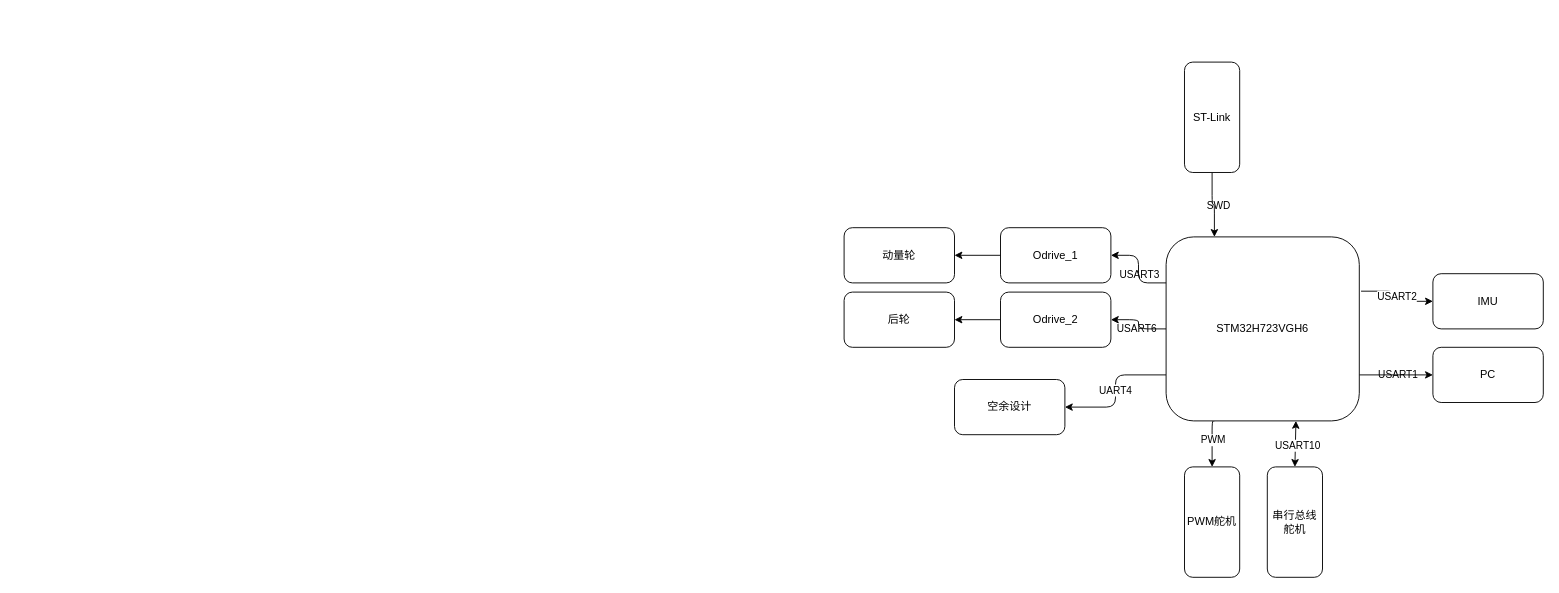
Earlier version of the draw.io diagram Control_Unit/Hardware/设计框图/控制单元架构.drawio (Ashington258/EquiCycle). Source tidied: cells renumbered, new cells numbered last; positions are measured from the earlier drawing's top-left corner, leaving out a move shared by most shapes. Both pictures are drawn from the tidied source at 92%, with x=0, y=0 at pixel (844, 62).
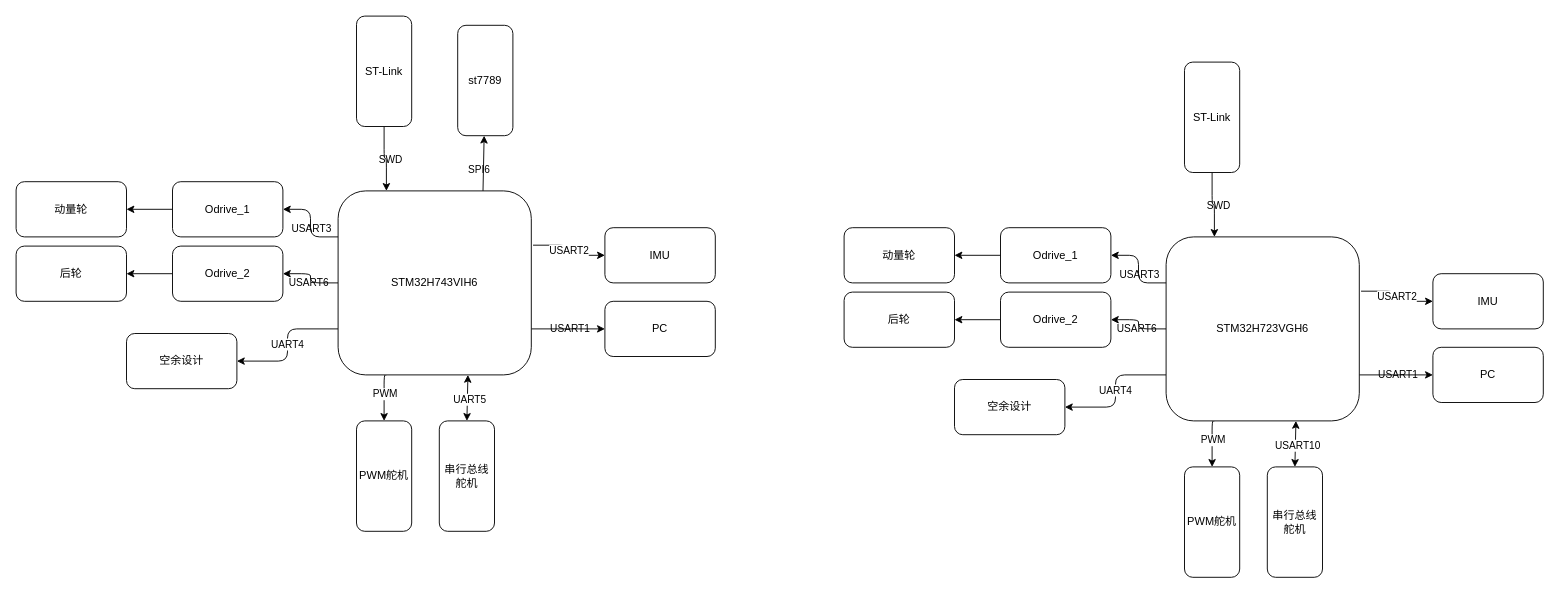
The same page after the edit.

The edit, as a diff of the source:
```diff
@@
+    <mxCell id="31" style="edgeStyle=orthogonalEdgeStyle;rounded=1;jettySize=auto;html=1;exitX=1;exitY=0.75;exitDx=0;exitDy=0;entryX=0;entryY=0.5;entryDx=0;entryDy=0;labelBackgroundColor=none;fontColor=default;" parent="1" edge="1" source="40" target="45">
+      <mxGeometry relative="1" as="geometry" />
+    </mxCell>
+    <mxCell id="32" value="USART1" style="edgeLabel;html=1;align=center;verticalAlign=middle;rounded=1;labelBackgroundColor=none;" parent="31" vertex="1">
+      <mxGeometry x="0.03" y="1" relative="1" as="geometry" />
+    </mxCell>
+    <mxCell id="33" style="edgeStyle=orthogonalEdgeStyle;rounded=1;jettySize=auto;html=1;entryX=1;entryY=0.5;entryDx=0;entryDy=0;labelBackgroundColor=none;fontColor=default;" parent="1" edge="1" source="40" target="44">
+      <mxGeometry relative="1" as="geometry" />
+    </mxCell>
+    <mxCell id="34" value="USART6" style="edgeLabel;html=1;align=center;verticalAlign=middle;rounded=1;labelBackgroundColor=none;" parent="33" vertex="1">
+      <mxGeometry x="-0.12" y="3" relative="1" as="geometry" />
+    </mxCell>
+    <mxCell id="35" style="edgeStyle=orthogonalEdgeStyle;rounded=1;jettySize=auto;html=1;exitX=0.25;exitY=1;exitDx=0;exitDy=0;curved=0;" parent="1" edge="1" source="40" target="59">
+      <mxGeometry relative="1" as="geometry">
+        <Array as="points">
+          <mxPoint x="-500" y="340" />
+        </Array>
+      </mxGeometry>
+    </mxCell>
+    <mxCell id="36" value="PWM" style="edgeLabel;html=1;align=center;verticalAlign=middle;rounded=1;" parent="35" vertex="1">
+      <mxGeometry x="-0.12" relative="1" as="geometry" />
+    </mxCell>
+    <mxCell id="37" style="edgeStyle=orthogonalEdgeStyle;rounded=1;jettySize=auto;html=1;exitX=0;exitY=0.75;exitDx=0;exitDy=0;" parent="1" edge="1" source="40" target="60">
+      <mxGeometry relative="1" as="geometry" />
+    </mxCell>
+    <mxCell id="38" value="UART4" style="edgeLabel;html=1;align=center;verticalAlign=middle;rounded=1;" parent="37" vertex="1">
+      <mxGeometry x="-0.02" y="-1" relative="1" as="geometry" />
+    </mxCell>
+    <mxCell id="39" style="edgeStyle=none;html=1;exitX=0.75;exitY=0;exitDx=0;exitDy=0;" parent="1" edge="1" source="40" target="61">
+      <mxGeometry relative="1" as="geometry" />
+    </mxCell>
+    <mxCell id="40" value="STM32H743VIH6" style="rounded=1;whiteSpace=wrap;html=1;labelBackgroundColor=none;" parent="1" vertex="1">
+      <mxGeometry x="-550" y="140" width="210" height="200" as="geometry" />
+    </mxCell>
+    <mxCell id="41" style="edgeStyle=orthogonalEdgeStyle;rounded=1;jettySize=auto;html=1;labelBackgroundColor=none;fontColor=default;" parent="1" edge="1" source="42" target="52">
+      <mxGeometry relative="1" as="geometry" />
+    </mxCell>
+    <mxCell id="42" value="Odrive_1" style="rounded=1;whiteSpace=wrap;html=1;labelBackgroundColor=none;" parent="1" vertex="1">
+      <mxGeometry x="-730" y="130" width="120" height="60" as="geometry" />
+    </mxCell>
+    <mxCell id="43" style="edgeStyle=orthogonalEdgeStyle;rounded=1;jettySize=auto;html=1;labelBackgroundColor=none;fontColor=default;" parent="1" edge="1" source="44" target="53">
+      <mxGeometry relative="1" as="geometry" />
+    </mxCell>
+    <mxCell id="44" value="Odrive_2" style="rounded=1;whiteSpace=wrap;html=1;labelBackgroundColor=none;" parent="1" vertex="1">
+      <mxGeometry x="-730" y="200" width="120" height="60" as="geometry" />
+    </mxCell>
+    <mxCell id="45" value="PC" style="rounded=1;whiteSpace=wrap;html=1;labelBackgroundColor=none;" parent="1" vertex="1">
+      <mxGeometry x="-260" y="260" width="120" height="60" as="geometry" />
+    </mxCell>
+    <mxCell id="46" value="串行总线舵机" style="rounded=1;whiteSpace=wrap;html=1;direction=south;labelBackgroundColor=none;" parent="1" vertex="1">
+      <mxGeometry x="-440" y="390" width="60" height="120" as="geometry" />
+    </mxCell>
+    <mxCell id="47" style="edgeStyle=orthogonalEdgeStyle;rounded=1;jettySize=auto;html=1;exitX=1;exitY=0.5;exitDx=0;exitDy=0;entryX=0.25;entryY=0;entryDx=0;entryDy=0;labelBackgroundColor=none;fontColor=default;" parent="1" edge="1" source="49" target="40">
+      <mxGeometry relative="1" as="geometry" />
+    </mxCell>
+    <mxCell id="48" value="SWD" style="edgeLabel;html=1;align=center;verticalAlign=middle;rounded=1;labelBackgroundColor=none;" parent="47" vertex="1">
+      <mxGeometry x="0.04" y="4" relative="1" as="geometry" />
+    </mxCell>
+    <mxCell id="49" value="ST-Link" style="rounded=1;whiteSpace=wrap;html=1;direction=south;labelBackgroundColor=none;" parent="1" vertex="1">
+      <mxGeometry x="-530" y="-50" width="60" height="120" as="geometry" />
+    </mxCell>
+    <mxCell id="50" style="edgeStyle=orthogonalEdgeStyle;rounded=1;jettySize=auto;html=1;entryX=1;entryY=0.5;entryDx=0;entryDy=0;exitX=0;exitY=0.25;exitDx=0;exitDy=0;labelBackgroundColor=none;fontColor=default;" parent="1" edge="1" source="40" target="42">
+      <mxGeometry relative="1" as="geometry" />
+    </mxCell>
+    <mxCell id="51" value="USART3" style="edgeLabel;html=1;align=center;verticalAlign=middle;rounded=1;labelBackgroundColor=none;" parent="50" vertex="1">
+      <mxGeometry x="-0.11" relative="1" as="geometry" />
+    </mxCell>
+    <mxCell id="52" value="动量轮" style="rounded=1;whiteSpace=wrap;html=1;labelBackgroundColor=none;" parent="1" vertex="1">
+      <mxGeometry x="-900" y="130" width="120" height="60" as="geometry" />
+    </mxCell>
+    <mxCell id="53" value="后轮" style="whiteSpace=wrap;html=1;rounded=1;labelBackgroundColor=none;" parent="1" vertex="1">
+      <mxGeometry x="-900" y="200" width="120" height="60" as="geometry" />
+    </mxCell>
+    <mxCell id="54" style="endArrow=classic;startArrow=classic;html=1;rounded=1;exitX=0;exitY=0.5;exitDx=0;exitDy=0;entryX=0.672;entryY=1;entryDx=0;entryDy=0;entryPerimeter=0;" parent="1" edge="1" source="46" target="40">
+      <mxGeometry relative="1" as="geometry" />
+    </mxCell>
+    <mxCell id="55" value="UART5" style="edgeLabel;html=1;align=center;verticalAlign=middle;rounded=1;" parent="54" vertex="1">
+      <mxGeometry x="-0.03" y="-2" relative="1" as="geometry" />
+    </mxCell>
+    <mxCell id="56" value="IMU" style="rounded=1;whiteSpace=wrap;html=1;direction=east;labelBackgroundColor=none;" parent="1" vertex="1">
+      <mxGeometry x="-260" y="180" width="120" height="60" as="geometry" />
+    </mxCell>
+    <mxCell id="57" style="edgeStyle=orthogonalEdgeStyle;rounded=1;jettySize=auto;html=1;exitX=1.009;exitY=0.295;exitDx=0;exitDy=0;entryX=0;entryY=0.5;entryDx=0;entryDy=0;exitPerimeter=0;" parent="1" edge="1" source="40" target="56">
+      <mxGeometry relative="1" as="geometry" />
+    </mxCell>
+    <mxCell id="58" value="USART2" style="edgeLabel;html=1;align=center;verticalAlign=middle;rounded=1;" parent="57" vertex="1">
+      <mxGeometry x="-0.02" relative="1" as="geometry" />
+    </mxCell>
+    <mxCell id="59" value="PWM舵机" style="rounded=1;whiteSpace=wrap;html=1;direction=south;labelBackgroundColor=none;" parent="1" vertex="1">
+      <mxGeometry x="-530" y="390" width="60" height="120" as="geometry" />
+    </mxCell>
+    <mxCell id="60" value="空余设计" style="rounded=1;whiteSpace=wrap;html=1;" parent="1" vertex="1">
+      <mxGeometry x="-780" y="295" width="120" height="60" as="geometry" />
+    </mxCell>
+    <mxCell id="61" value="st7789" style="rounded=1;whiteSpace=wrap;html=1;direction=south;" parent="1" vertex="1">
+      <mxGeometry x="-420" y="-40" width="60" height="120" as="geometry" />
+    </mxCell>
+    <mxCell id="62" value="SPI6" style="edgeLabel;html=1;align=center;verticalAlign=middle;rounded=1;labelBackgroundColor=none;" parent="1" vertex="1">
+      <mxGeometry x="-390" y="110" as="geometry">
+        <mxPoint x="-8" y="6" as="offset" />
+      </mxGeometry>
+    </mxCell>
```
